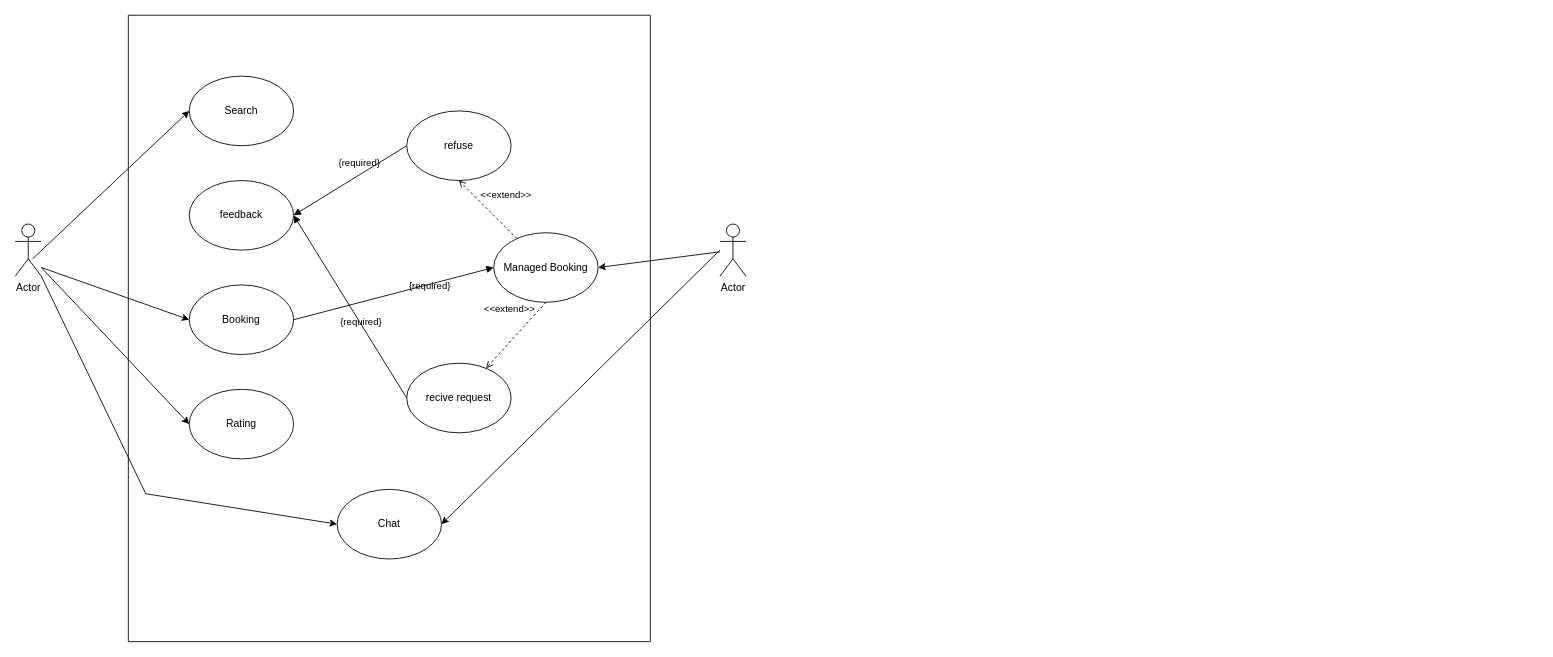
This is Biểu đồ không có tiêu đề.drawio from vanbjnbjn/usecase, a draw.io file, before an edit. Source tidied: cells renumbered, new cells numbered last; positions are measured from the earlier drawing's top-left corner, leaving out a move shared by most shapes. Both pictures are drawn from the tidied source at 87%, with x=0, y=0 at pixel (15, 15).
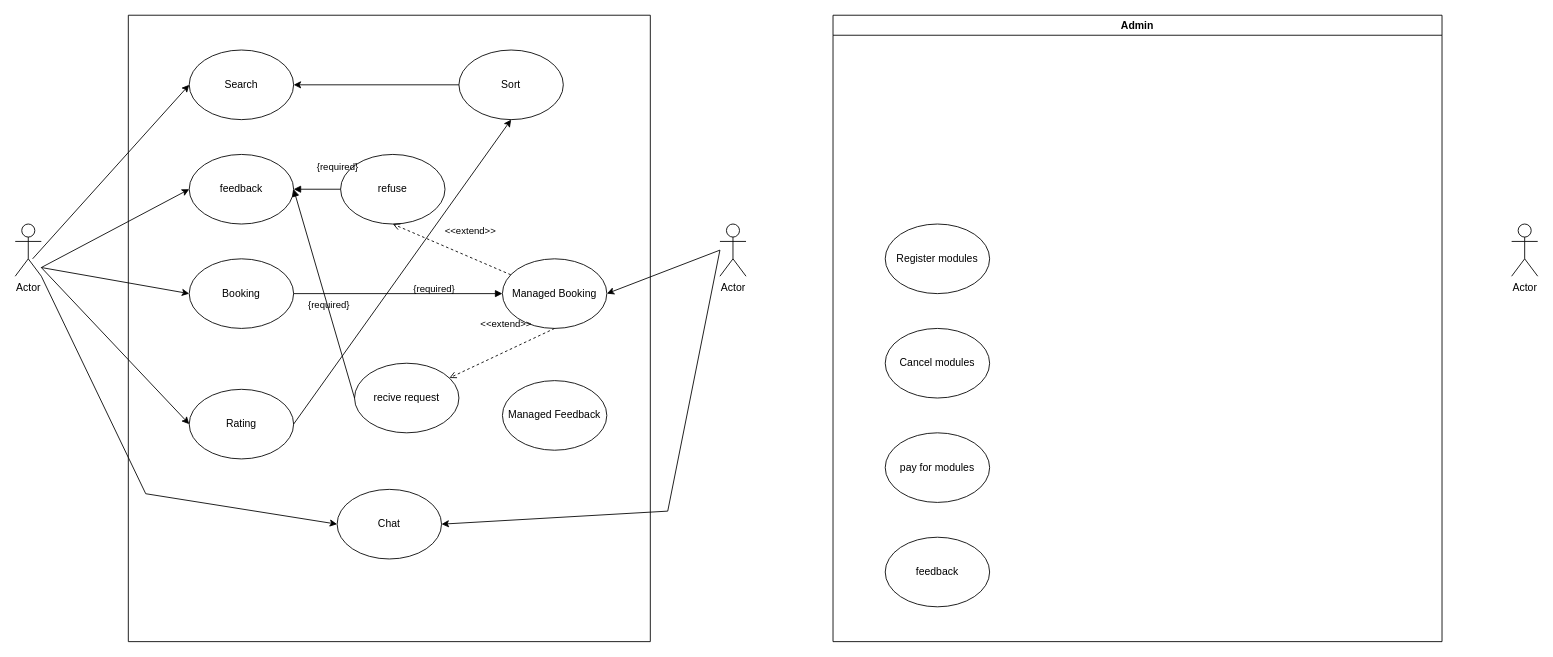
The same page after the edit.

Unchanged cells that the change refers to:
```xml
<mxCell id="3" style="swimlane;startSize=0;" parent="1" vertex="1">
  <mxGeometry x="130" width="600" height="720" as="geometry" />
</mxCell>
<mxCell id="7" value="Chat" style="ellipse;whiteSpace=wrap;html=1;" parent="3" vertex="1">
  <mxGeometry x="240" y="545" width="120" height="80" as="geometry" />
</mxCell>
<mxCell id="17" value="Actor" style="shape=umlActor;verticalLabelPosition=bottom;verticalAlign=top;html=1;outlineConnect=0;" parent="1" vertex="1">
  <mxGeometry x="810" y="240" width="30" height="60" as="geometry" />
</mxCell>
```

Change to the diagram source:
```diff
@@
     <mxCell id="4" value="Search" style="ellipse;whiteSpace=wrap;html=1;" parent="3" vertex="1">
-      <mxGeometry x="70" y="70" width="120" height="80" as="geometry" />
+      <mxGeometry x="70" y="40" width="120" height="80" as="geometry" />
     </mxCell>
     <mxCell id="5" value="Booking" style="ellipse;whiteSpace=wrap;html=1;" parent="3" vertex="1">
-      <mxGeometry x="70" y="310" width="120" height="80" as="geometry" />
+      <mxGeometry x="70" y="280" width="120" height="80" as="geometry" />
     </mxCell>
@@
     <mxCell id="9" value="Managed Booking" style="ellipse;whiteSpace=wrap;html=1;" parent="3" vertex="1">
-      <mxGeometry x="420" y="250" width="120" height="80" as="geometry" />
+      <mxGeometry x="430" y="280" width="120" height="80" as="geometry" />
     </mxCell>
     <mxCell id="10" value="refuse" style="ellipse;whiteSpace=wrap;html=1;" parent="3" vertex="1">
-      <mxGeometry x="320" y="110" width="120" height="80" as="geometry" />
+      <mxGeometry x="244" y="160" width="120" height="80" as="geometry" />
     </mxCell>
     <mxCell id="11" value="feedback" style="ellipse;whiteSpace=wrap;html=1;" parent="3" vertex="1">
-      <mxGeometry x="70" y="190" width="120" height="80" as="geometry" />
+      <mxGeometry x="70" y="160" width="120" height="80" as="geometry" />
     </mxCell>
@@
     <mxCell id="13" value="recive request" style="ellipse;whiteSpace=wrap;html=1;" parent="3" vertex="1">
-      <mxGeometry x="320" y="400" width="120" height="80" as="geometry" />
+      <mxGeometry x="260" y="400" width="120" height="80" as="geometry" />
     </mxCell>
@@
+    <mxCell id="24" value="Managed Feedback" style="ellipse;whiteSpace=wrap;html=1;" parent="3" vertex="1">
+      <mxGeometry x="430" y="420" width="120" height="80" as="geometry" />
+    </mxCell>
+    <mxCell id="25" value="Sort" style="ellipse;whiteSpace=wrap;html=1;" parent="3" vertex="1">
+      <mxGeometry x="380" y="40" width="120" height="80" as="geometry" />
+    </mxCell>
+    <mxCell id="26" style="endArrow=classic;html=1;rounded=0;entryX=0.5;entryY=1;entryDx=0;entryDy=0;" parent="3" edge="1" target="25">
+      <mxGeometry relative="1" as="geometry">
+        <mxPoint x="190" y="470" as="sourcePoint" />
+      </mxGeometry>
+    </mxCell>
+    <mxCell id="27" style="endArrow=classic;html=1;rounded=0;entryX=1;entryY=0.5;entryDx=0;entryDy=0;" parent="3" edge="1" source="25" target="4">
+      <mxGeometry relative="1" as="geometry" />
+    </mxCell>
@@
-    <mxCell id="22" style="endArrow=classic;html=1;rounded=0;entryX=1;entryY=0.5;entryDx=0;entryDy=0;" parent="1" edge="1" source="17" target="9">
-      <mxGeometry relative="1" as="geometry" />
+    <mxCell id="22" style="endArrow=classic;html=1;rounded=0;entryX=1;entryY=0.5;entryDx=0;entryDy=0;" parent="1" edge="1" target="9">
+      <mxGeometry relative="1" as="geometry">
+        <mxPoint x="810" y="270" as="sourcePoint" />
+      </mxGeometry>
     </mxCell>
     <mxCell id="23" style="endArrow=classic;html=1;rounded=0;entryX=1;entryY=0.5;entryDx=0;entryDy=0;" parent="1" edge="1" target="7">
       <mxGeometry relative="1" as="geometry">
         <mxPoint x="810" y="270" as="sourcePoint" />
+        <Array as="points">
+          <mxPoint x="750" y="570" />
+        </Array>
       </mxGeometry>
     </mxCell>
+    <mxCell id="28" value="Admin" style="swimlane;whiteSpace=wrap;html=1;" parent="1" vertex="1">
+      <mxGeometry x="940" width="700" height="720" as="geometry" />
+    </mxCell>
+    <mxCell id="29" value="Register modules" style="ellipse;whiteSpace=wrap;html=1;" parent="28" vertex="1">
+      <mxGeometry x="60" y="240" width="120" height="80" as="geometry" />
+    </mxCell>
+    <mxCell id="30" value="Cancel modules" style="ellipse;whiteSpace=wrap;html=1;" parent="28" vertex="1">
+      <mxGeometry x="60" y="360" width="120" height="80" as="geometry" />
+    </mxCell>
+    <mxCell id="31" value="pay for modules" style="ellipse;whiteSpace=wrap;html=1;" parent="28" vertex="1">
+      <mxGeometry x="60" y="480" width="120" height="80" as="geometry" />
+    </mxCell>
+    <mxCell id="32" value="feedback" style="ellipse;whiteSpace=wrap;html=1;" parent="28" vertex="1">
+      <mxGeometry x="60" y="600" width="120" height="80" as="geometry" />
+    </mxCell>
+    <mxCell id="33" value="Actor" style="shape=umlActor;verticalLabelPosition=bottom;verticalAlign=top;html=1;" parent="1" vertex="1">
+      <mxGeometry x="1720" y="240" width="30" height="60" as="geometry" />
+    </mxCell>
+    <mxCell id="34" style="endArrow=classic;html=1;rounded=0;entryX=0;entryY=0.5;entryDx=0;entryDy=0;" parent="1" edge="1" target="11">
+      <mxGeometry relative="1" as="geometry">
+        <mxPoint x="30" y="290" as="sourcePoint" />
+      </mxGeometry>
+    </mxCell>
```
